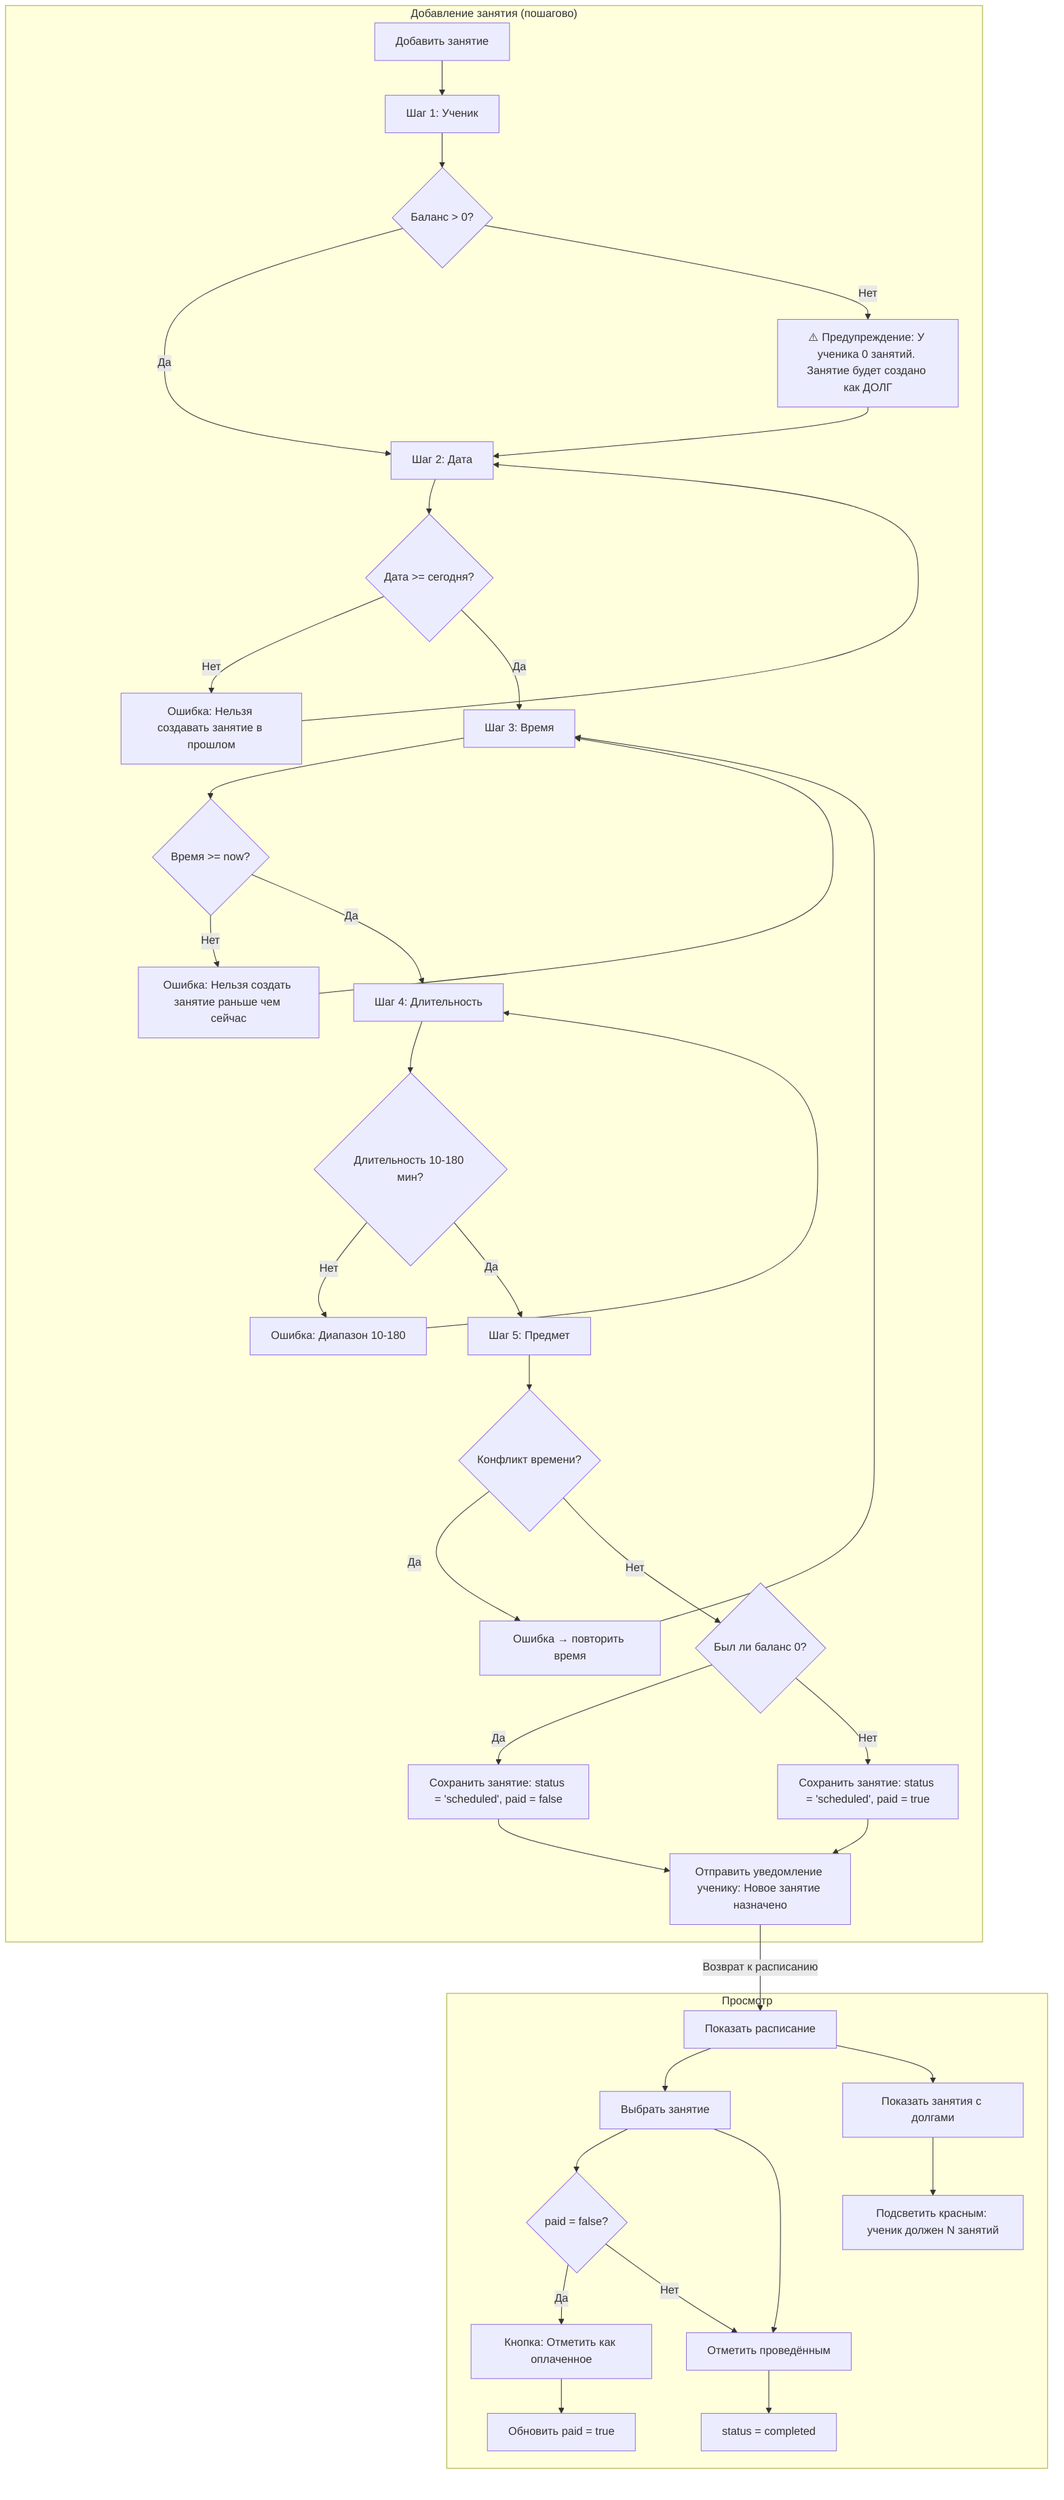
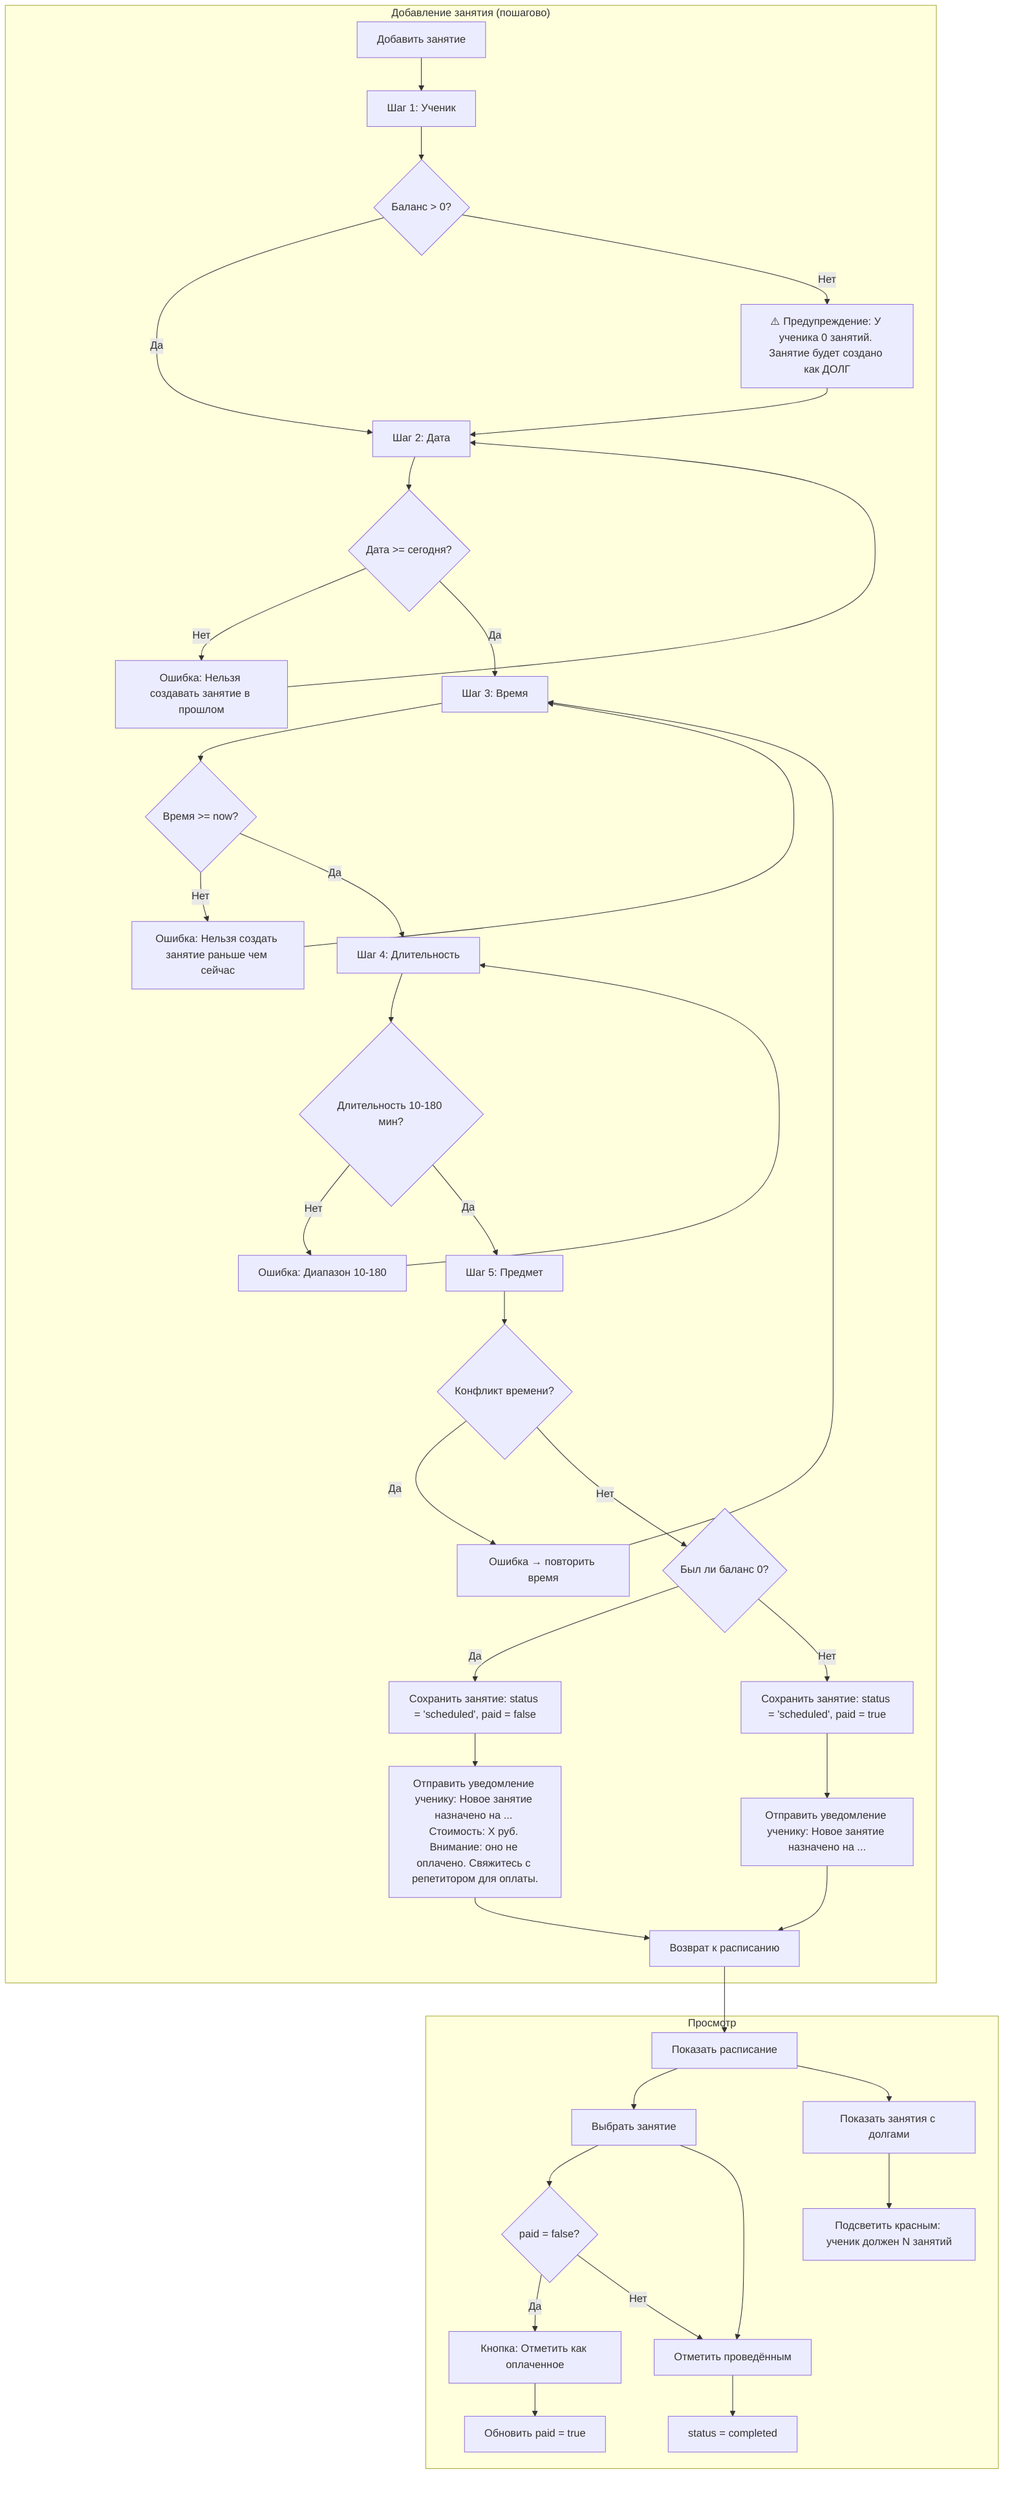
graph TD
    subgraph "Просмотр"
        F3a[Показать расписание] --> F3h[Выбрать занятие]
        F3h --> F3h_check{paid = false?}
        F3h_check -- Да --> F3h_pay[Кнопка: Отметить как оплаченное]
        F3h_pay --> F3h_pay_action[Обновить paid = true]
        F3h_check -- Нет --> F3i[Отметить проведённым]
        F3h --> F3i[Отметить проведённым]
        F3i --> F3j[status = completed]

        F3a --> F3k[Показать занятия с долгами]
        F3k --> F3l[Подсветить красным: ученик должен N занятий]
    end

    subgraph "Добавление занятия (пошагово)"
        F3b[Добавить занятие] --> F3c[Шаг 1: Ученик]
        F3c --> F3c_check_balance{Баланс > 0?}

        F3c_check_balance -- Да --> F3d1[Шаг 2: Дата]
        F3c_check_balance -- Нет --> F3c_debt[⚠️ Предупреждение: У ученика 0 занятий. Занятие будет создано как ДОЛГ]
        F3c_debt --> F3d1

        F3d1[Шаг 2: Дата] --> F3d1_check{Дата >= сегодня?}
        F3d1_check -- Нет --> F3d1_error[Ошибка: Нельзя создавать занятие в прошлом]
        F3d1_error --> F3d1

        F3d1_check -- Да --> F3d2[Шаг 3: Время]
        F3d2 --> F3d2_check{Время >= now?}
        F3d2_check -- Нет --> F3d2_error[Ошибка: Нельзя создать занятие раньше чем сейчас]
        F3d2_error --> F3d2

        F3d2_check -- Да --> F3d3[Шаг 4: Длительность]
        F3d3 --> F3d3_check{Длительность 10-180 мин?}
        F3d3_check -- Нет --> F3d3_error[Ошибка: Диапазон 10-180]
        F3d3_error --> F3d3

        F3d3_check -- Да --> F3d4[Шаг 5: Предмет]
        F3d4 --> F3d{Конфликт времени?}

        F3d -- Да --> F3e[Ошибка → повторить время]
        F3e --> F3d2

        F3d -- Нет --> F3f_check_debt{Был ли баланс 0?}
        F3f_check_debt -- Да --> F3f_debt[Сохранить занятие: status = 'scheduled', paid = false]
        F3f_check_debt -- Нет --> F3f[Сохранить занятие: status = 'scheduled', paid = true]
- 
-         F3f_debt --> F3g[Отправить уведомление ученику: Новое занятие назначено. Внимание: оно не оплачено]
-         F3f --> F3g[Отправить уведомление ученику: Новое занятие назначено]
-         F3g -- Возврат к расписанию --> F3a
+         F3f_debt --> F3g1[Отправить уведомление ученику: Новое занятие назначено на ... Стоимость: X руб. Внимание: оно не оплачено. Свяжитесь с репетитором для оплаты.]
+         F3f --> F3g2[Отправить уведомление ученику: Новое занятие назначено на ...]
+         F3g1 --> F3a3[Возврат к расписанию]
+         F3g2 --> F3a3
+         F3a3 --> F3a
    end